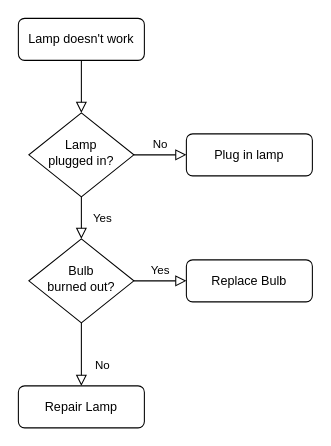
The draw.io diagram src/Untitled Diagram.drawio in Sasd74/create-react-app-auth-amplify, before the edit. Source tidied: cells renumbered, new cells numbered last; positions are measured from the earlier drawing's top-left corner, leaving out a move shared by most shapes. Both pictures are drawn from the tidied source at 105%, with x=0, y=0 at pixel (18, 18).
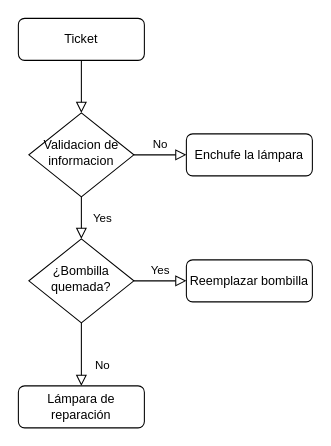
Above is the later version.

Change to the diagram source:
```diff
@@
 <mxGraphModel>
   <root>
     <mxCell id="0" />
     <mxCell id="1" parent="0" />
     <mxCell id="2" style="rounded=0;html=1;jettySize=auto;fontSize=11;endArrow=block;endFill=0;endSize=8;strokeWidth=1;shadow=0;labelBackgroundColor=none;edgeStyle=orthogonalEdgeStyle;" parent="1" edge="1" source="3" target="6">
       <mxGeometry relative="1" as="geometry" />
     </mxCell>
-    <mxCell id="3" value="Lamp doesn't work" style="rounded=1;whiteSpace=wrap;html=1;fontSize=12;glass=0;strokeWidth=1;shadow=0;" parent="1" vertex="1">
+    <mxCell id="3" value="Ticket" style="rounded=1;whiteSpace=wrap;html=1;fontSize=12;glass=0;strokeWidth=1;shadow=0;" parent="1" vertex="1">
       <mxGeometry width="120" height="40" as="geometry" />
     </mxCell>
     <mxCell id="4" value="Yes" style="rounded=0;html=1;jettySize=auto;fontSize=11;endArrow=block;endFill=0;endSize=8;strokeWidth=1;shadow=0;labelBackgroundColor=none;edgeStyle=orthogonalEdgeStyle;" parent="1" edge="1" source="6" target="10">
       <mxGeometry y="20" relative="1" as="geometry" />
     </mxCell>
     <mxCell id="5" value="No" style="edgeStyle=orthogonalEdgeStyle;rounded=0;html=1;jettySize=auto;fontSize=11;endArrow=block;endFill=0;endSize=8;strokeWidth=1;shadow=0;labelBackgroundColor=none;" parent="1" edge="1" source="6" target="7">
       <mxGeometry y="10" relative="1" as="geometry" />
     </mxCell>
-    <mxCell id="6" value="Lamp&lt;br&gt;plugged in?" style="rhombus;whiteSpace=wrap;html=1;shadow=0;fontFamily=Helvetica;fontSize=12;align=center;strokeWidth=1;spacing=6;spacingTop=-4;" parent="1" vertex="1">
+    <mxCell id="6" value="Validacion de informacion" style="rhombus;whiteSpace=wrap;html=1;shadow=0;fontFamily=Helvetica;fontSize=12;align=center;strokeWidth=1;spacing=6;spacingTop=-4;" parent="1" vertex="1">
       <mxGeometry x="10" y="90" width="100" height="80" as="geometry" />
     </mxCell>
-    <mxCell id="7" value="Plug in lamp" style="rounded=1;whiteSpace=wrap;html=1;fontSize=12;glass=0;strokeWidth=1;shadow=0;" parent="1" vertex="1">
+    <mxCell id="7" value="Enchufe la lámpara" style="rounded=1;whiteSpace=wrap;html=1;fontSize=12;glass=0;strokeWidth=1;shadow=0;" parent="1" vertex="1">
       <mxGeometry x="160" y="110" width="120" height="40" as="geometry" />
     </mxCell>
     <mxCell id="8" value="No" style="rounded=0;html=1;jettySize=auto;fontSize=11;endArrow=block;endFill=0;endSize=8;strokeWidth=1;shadow=0;labelBackgroundColor=none;edgeStyle=orthogonalEdgeStyle;" parent="1" edge="1" source="10" target="11">
       <mxGeometry x="0.33" y="20" relative="1" as="geometry" />
     </mxCell>
     <mxCell id="9" value="Yes" style="edgeStyle=orthogonalEdgeStyle;rounded=0;html=1;jettySize=auto;fontSize=11;endArrow=block;endFill=0;endSize=8;strokeWidth=1;shadow=0;labelBackgroundColor=none;" parent="1" edge="1" source="10" target="12">
       <mxGeometry y="10" relative="1" as="geometry" />
     </mxCell>
-    <mxCell id="10" value="Bulb&lt;br&gt;burned out?" style="rhombus;whiteSpace=wrap;html=1;shadow=0;fontFamily=Helvetica;fontSize=12;align=center;strokeWidth=1;spacing=6;spacingTop=-4;" parent="1" vertex="1">
+    <mxCell id="10" value="¿Bombilla &lt;br&gt;quemada?" style="rhombus;whiteSpace=wrap;html=1;shadow=0;fontFamily=Helvetica;fontSize=12;align=center;strokeWidth=1;spacing=6;spacingTop=-4;" parent="1" vertex="1">
       <mxGeometry x="10" y="210" width="100" height="80" as="geometry" />
     </mxCell>
-    <mxCell id="11" value="Repair Lamp" style="rounded=1;whiteSpace=wrap;html=1;fontSize=12;glass=0;strokeWidth=1;shadow=0;" parent="1" vertex="1">
+    <mxCell id="11" value="Lámpara de reparación" style="rounded=1;whiteSpace=wrap;html=1;fontSize=12;glass=0;strokeWidth=1;shadow=0;" parent="1" vertex="1">
       <mxGeometry y="350" width="120" height="40" as="geometry" />
     </mxCell>
-    <mxCell id="12" value="Replace Bulb" style="rounded=1;whiteSpace=wrap;html=1;fontSize=12;glass=0;strokeWidth=1;shadow=0;" parent="1" vertex="1">
+    <mxCell id="12" value="Reemplazar bombilla" style="rounded=1;whiteSpace=wrap;html=1;fontSize=12;glass=0;strokeWidth=1;shadow=0;" parent="1" vertex="1">
       <mxGeometry x="160" y="230" width="120" height="40" as="geometry" />
     </mxCell>
   </root>
 </mxGraphModel>
```
